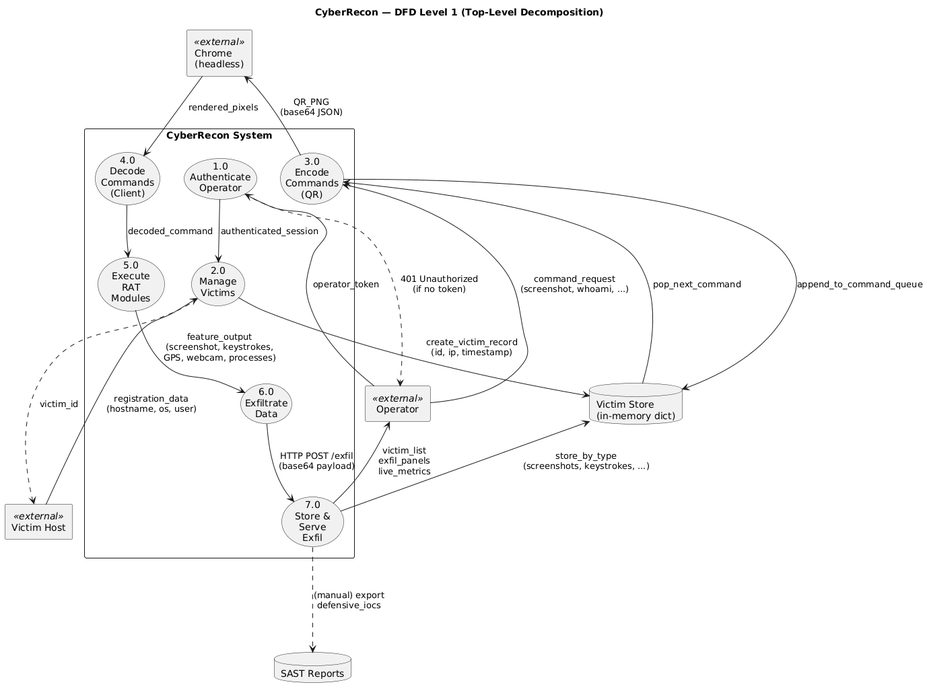
This is docs/diagrams/dfd-level-1.png from Jeevan1725/cyberrecon, a PlantUML export, as it was before one commit.
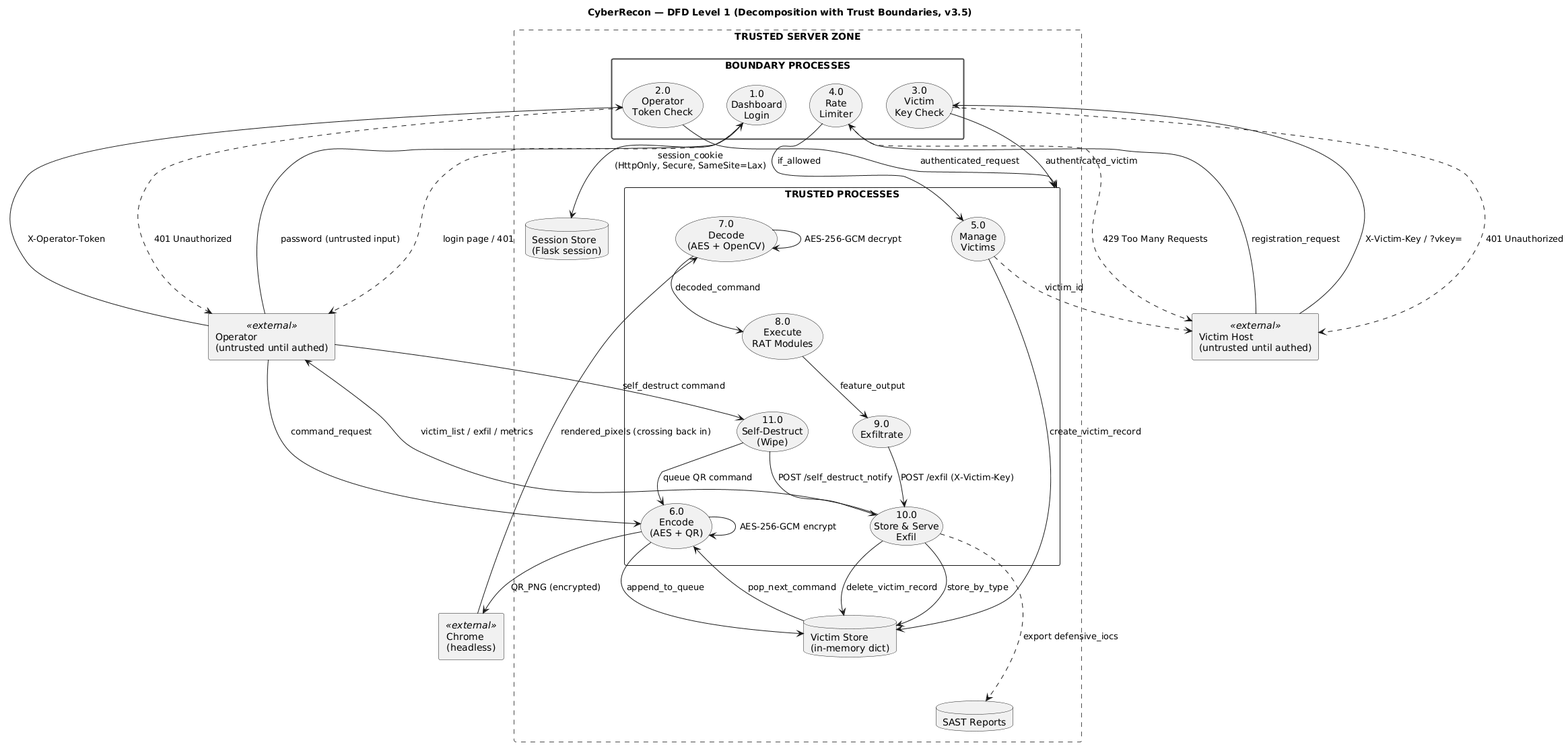
Above is the later version.

Change to the diagram source:
```diff
@@ -3,47 +3,76 @@
 skinparam shadowing false
 skinparam componentStyle rectangle
 
-title CyberRecon — DFD Level 1 (Top-Level Decomposition)
+title CyberRecon — DFD Level 1 (Decomposition with Trust Boundaries, v3.5)
 
-rectangle "Operator" as OP <<external>>
-rectangle "Victim Host" as VH <<external>>
+rectangle "Operator\n(untrusted until authed)" as OP <<external>>
+rectangle "Victim Host\n(untrusted until authed)" as VH <<external>>
 rectangle "Chrome\n(headless)" as CH <<external>>
 
-rectangle "CyberRecon System" {
-  usecase "1.0\nAuthenticate\nOperator" as P1
-  usecase "2.0\nManage\nVictims" as P2
-  usecase "3.0\nEncode\nCommands\n(QR)" as P3
-  usecase "4.0\nDecode\nCommands\n(Client)" as P4
-  usecase "5.0\nExecute\nRAT\nModules" as P5
-  usecase "6.0\nExfiltrate\nData" as P6
-  usecase "7.0\nStore &\nServe\nExfil" as P7
+rectangle "TRUSTED SERVER ZONE" as SZ #line:red;line.dashed {
+
+  rectangle "BOUNDARY PROCESSES" as BP #line:red;line.bold {
+    usecase "1.0\nDashboard\nLogin" as P1
+    usecase "2.0\nOperator\nToken Check" as P1b
+    usecase "3.0\nVictim\nKey Check" as P1c
+    usecase "4.0\nRate\nLimiter" as P9
+  }
+
+  rectangle "TRUSTED PROCESSES" as TP {
+    usecase "5.0\nManage\nVictims" as P2
+    usecase "6.0\nEncode\n(AES + QR)" as P3
+    usecase "7.0\nDecode\n(AES + OpenCV)" as P4
+    usecase "8.0\nExecute\nRAT Modules" as P5
+    usecase "9.0\nExfiltrate" as P6
+    usecase "10.0\nStore & Serve\nExfil" as P7
+    usecase "11.0\nSelf-Destruct\n(Wipe)" as P8
+  }
+
+  database "Victim Store\n(in-memory dict)" as DS1
+  database "Session Store\n(Flask session)" as DS2
+  database "SAST Reports" as DS3
 }
 
-database "Victim Store\n(in-memory dict)" as DS1
-database "SAST Reports" as DS2
 
-OP --> P1 : operator_token
-P1 --> P2 : authenticated_session
-P1 -.-> OP : 401 Unauthorized\n(if no token)
+OP --> P1 : password (untrusted input)
+P1 --> DS2 : session_cookie\n(HttpOnly, Secure, SameSite=Lax)
+P1 -.-> OP : login page / 401
 
-VH --> P2 : registration_data\n(hostname, os, user)
-P2 --> DS1 : create_victim_record\n(id, ip, timestamp)
+OP --> P1b : X-Operator-Token
+P1b --> TP : authenticated_request
+P1b -.-> OP : 401 Unauthorized
+
+VH --> P1c : X-Victim-Key / ?vkey=
+P1c --> TP : authenticated_victim
+P1c -.-> VH : 401 Unauthorized
+
+VH --> P9 : registration_request
+P9 --> P2 : if_allowed
+P9 -.-> VH : 429 Too Many Requests
+
+P2 --> DS1 : create_victim_record
 P2 -.-> VH : victim_id
 
-OP --> P3 : command_request\n(screenshot, whoami, ...)
-P3 --> DS1 : append_to_command_queue
+OP --> P3 : command_request
+P3 --> DS1 : append_to_queue
 
-P3 --> CH : QR_PNG\n(base64 JSON)
-CH --> P4 : rendered_pixels
+P3 --> P3 : AES-256-GCM encrypt
+P3 --> CH : QR_PNG (encrypted)
+CH --> P4 : rendered_pixels (crossing back in)
+P4 --> P4 : AES-256-GCM decrypt
 P4 --> P5 : decoded_command
 DS1 --> P3 : pop_next_command
 
-P5 --> P6 : feature_output\n(screenshot, keystrokes,\nGPS, webcam, processes)
+P5 --> P6 : feature_output
+P6 --> P7 : POST /exfil (X-Victim-Key)
+P7 --> DS1 : store_by_type
 
-P6 --> P7 : HTTP POST /exfil\n(base64 payload)
-P7 --> DS1 : store_by_type\n(screenshots, keystrokes, ...)
+P7 --> OP : victim_list / exfil / metrics
 
-P7 --> OP : victim_list\nexfil_panels\nlive_metrics
+OP --> P8 : self_destruct command
+P8 --> P3 : queue QR command
+P8 --> P7 : POST /self_destruct_notify
+P7 --> DS1 : delete_victim_record
 
-P7 -.-> DS2 : (manual) export\ndefensive_iocs
+P7 -.-> DS3 : export defensive_iocs
 @enduml
```
